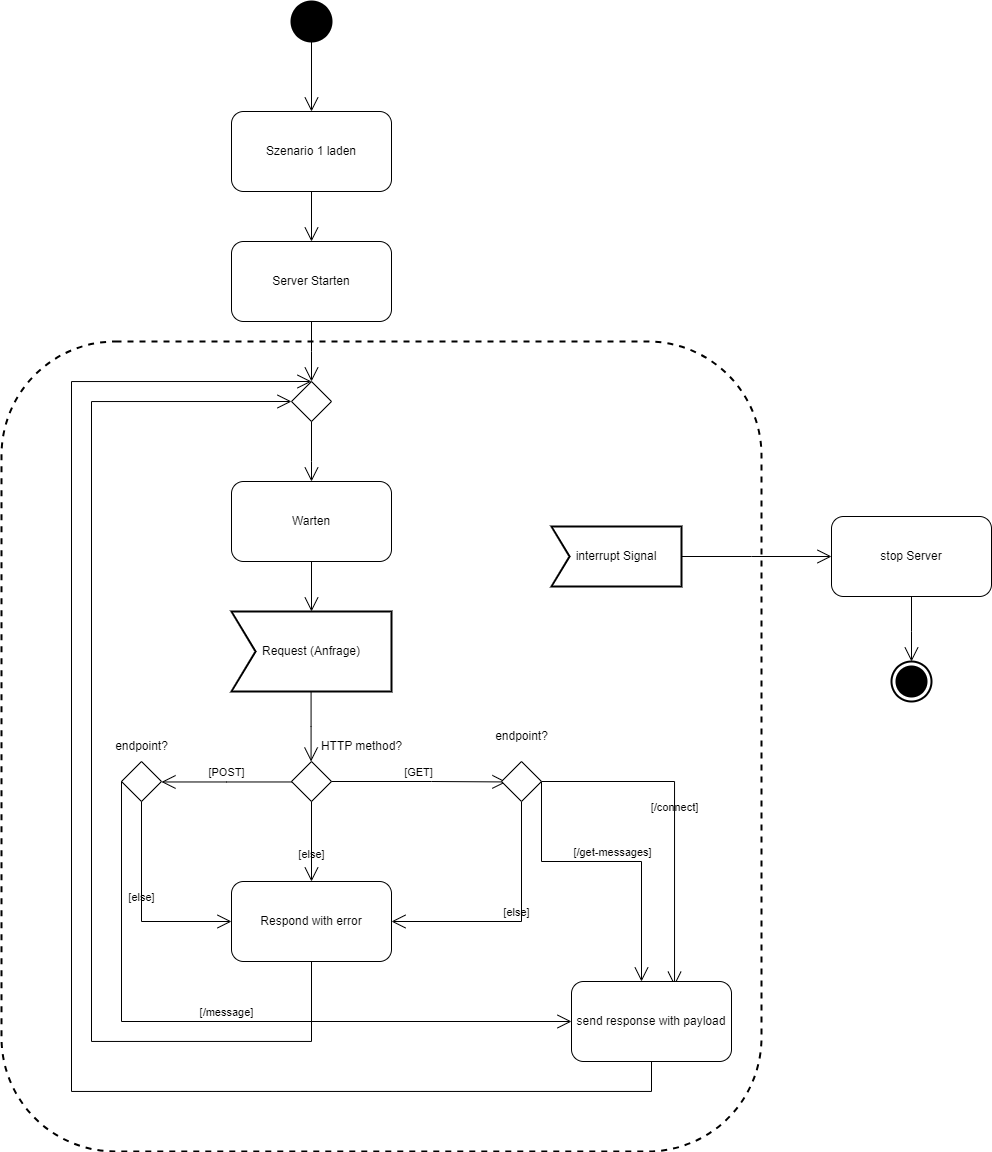
This is images/serverStart.png from MoritzSkrepek/Diplomschrift, a draw.io export, as it was before one commit. Source tidied: cells renumbered, new cells last; positions are measured from the earlier drawing's top-left corner, leaving out a move shared by most shapes.
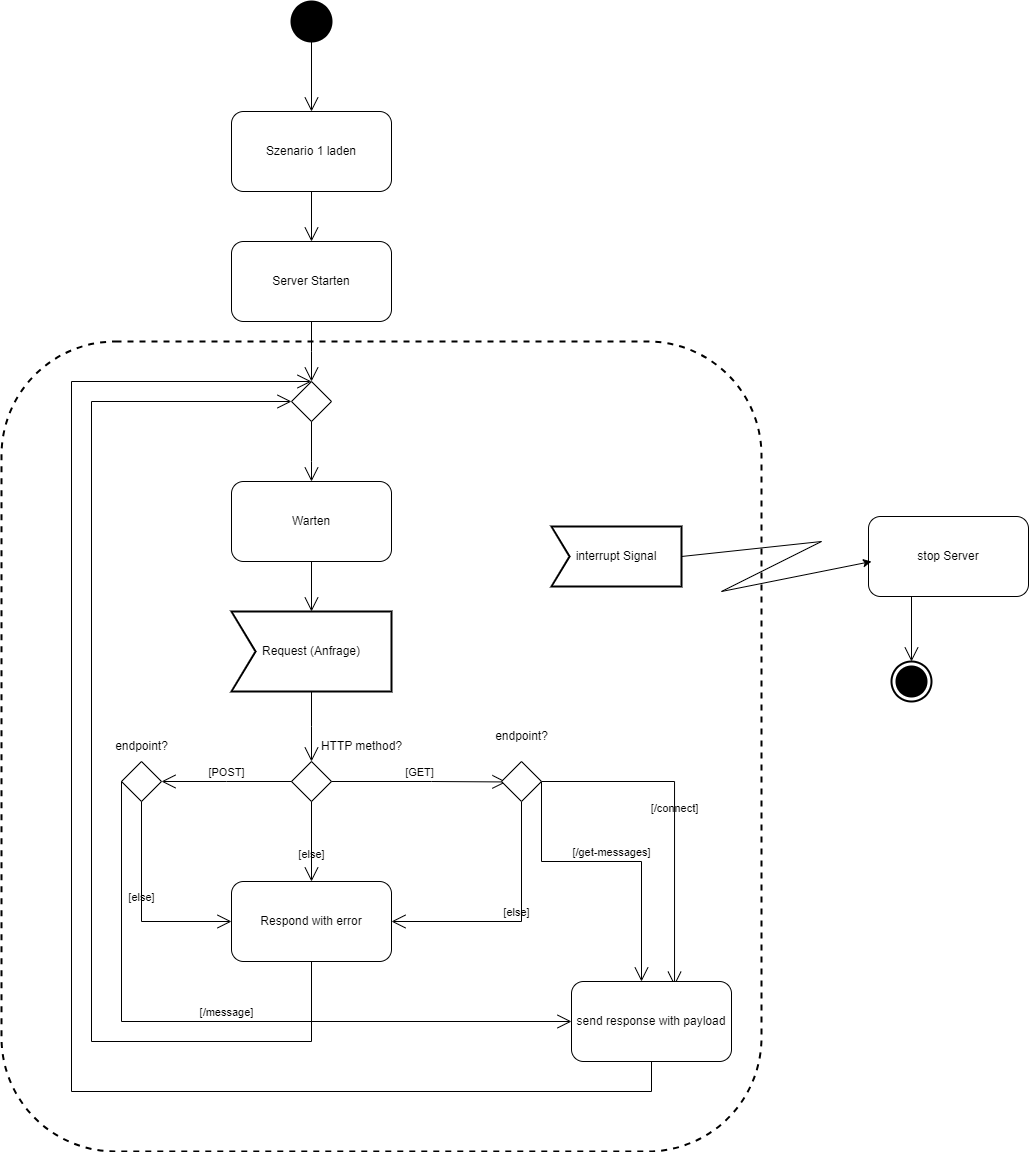
After the commit.

Diff of the diagram source:
```diff
@@ -149,15 +149,8 @@
     <mxCell id="31" value="interrupt Signal" style="html=1;shape=mxgraph.sysml.accEvent;strokeWidth=2;whiteSpace=wrap;align=center;" parent="1" vertex="1">
       <mxGeometry x="550" y="525" width="130" height="60" as="geometry" />
     </mxCell>
-    <mxCell id="32" style="edgeStyle=elbowEdgeStyle;html=1;elbow=horizontal;align=right;verticalAlign=bottom;endArrow=none;rounded=0;labelBackgroundColor=none;startArrow=open;startSize=12;entryX=1;entryY=0.5;entryDx=0;entryDy=0;entryPerimeter=0;exitX=0;exitY=0.5;exitDx=0;exitDy=0;" parent="1" edge="1" source="33" target="31">
-      <mxGeometry relative="1" as="geometry">
-        <Array as="points">
-          <mxPoint x="750" y="550" />
-        </Array>
-      </mxGeometry>
-    </mxCell>
     <mxCell id="33" value="stop Server" style="shape=rect;html=1;rounded=1;whiteSpace=wrap;align=center;" parent="1" vertex="1">
-      <mxGeometry x="830" y="515" width="160" height="80" as="geometry" />
+      <mxGeometry x="867" y="515" width="160" height="80" as="geometry" />
     </mxCell>
     <mxCell id="34" style="edgeStyle=elbowEdgeStyle;html=1;elbow=horizontal;align=right;verticalAlign=bottom;endArrow=none;rounded=0;labelBackgroundColor=none;startArrow=open;startSize=12;entryX=0.5;entryY=1;entryDx=0;entryDy=0;" parent="1" edge="1" source="26" target="33">
       <mxGeometry relative="1" as="geometry">
@@ -175,5 +168,22 @@
     <mxCell id="37" value="endpoint?" style="text;html=1;align=center;verticalAlign=middle;strokeColor=none;fillColor=none;" parent="1" vertex="1">
       <mxGeometry x="480" y="720" width="80" height="30" as="geometry" />
     </mxCell>
+    <mxCell id="38" style="endArrow=none;html=1;rounded=0;entryX=1;entryY=0.5;entryDx=0;entryDy=0;entryPerimeter=0;" parent="1" edge="1" target="31">
+      <mxGeometry relative="1" as="geometry">
+        <mxPoint x="820" y="540" as="sourcePoint" />
+      </mxGeometry>
+    </mxCell>
+    <mxCell id="39" style="endArrow=none;html=1;rounded=0;" parent="1" edge="1">
+      <mxGeometry relative="1" as="geometry">
+        <mxPoint x="820" y="540" as="sourcePoint" />
+        <mxPoint x="720" y="590" as="targetPoint" />
+      </mxGeometry>
+    </mxCell>
+    <mxCell id="40" style="endArrow=classic;html=1;rounded=0;" parent="1" edge="1">
+      <mxGeometry relative="1" as="geometry">
+        <mxPoint x="720" y="590" as="sourcePoint" />
+        <mxPoint x="870" y="560" as="targetPoint" />
+      </mxGeometry>
+    </mxCell>
   </root>
 </mxGraphModel>
```
